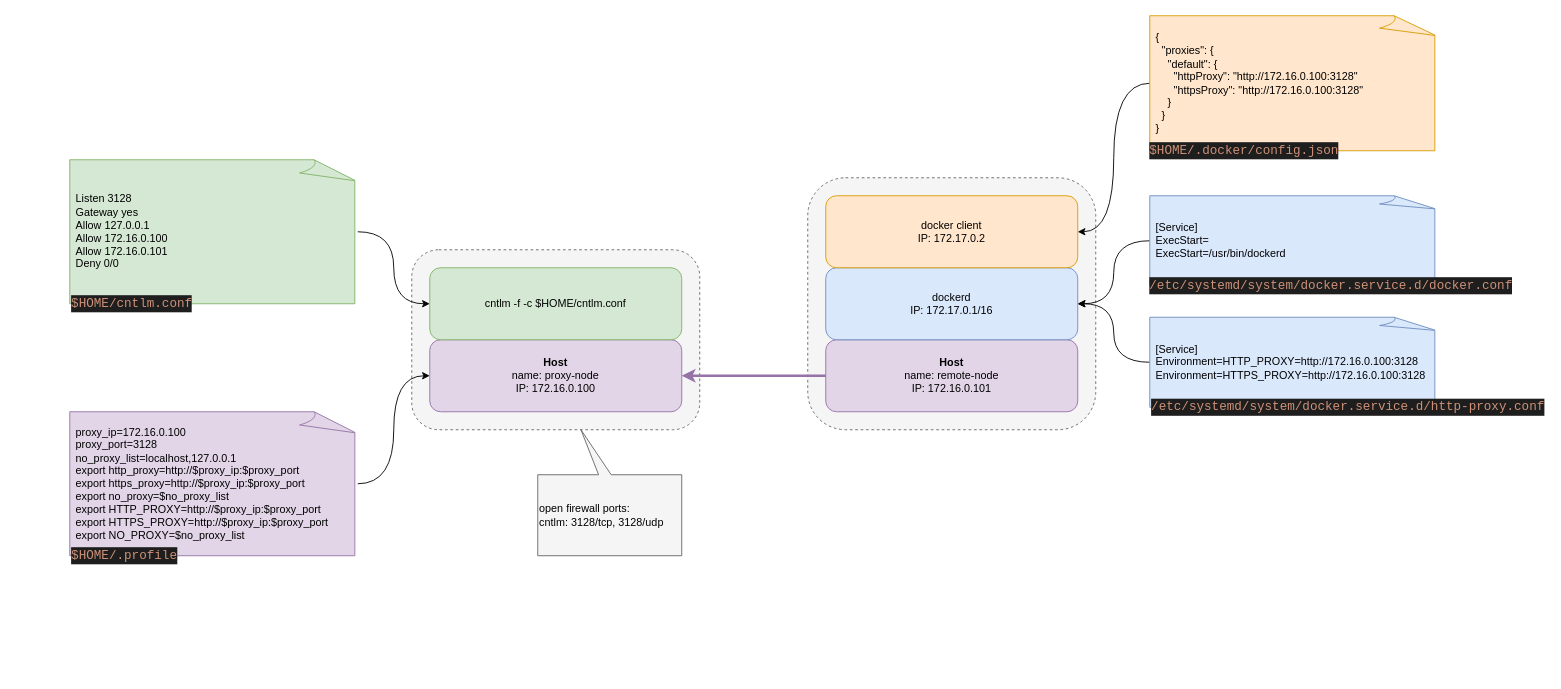
This is docs/ProxyConfiguration.drawio from greenthegarden/ansible-proxy-test, a draw.io file, before an edit. Source tidied: cells renumbered, new cells numbered last; positions are measured from the earlier drawing's top-left corner, leaving out a move shared by most shapes. Both pictures are drawn from the tidied source at 90%, with x=0, y=0 at pixel (69, 15).
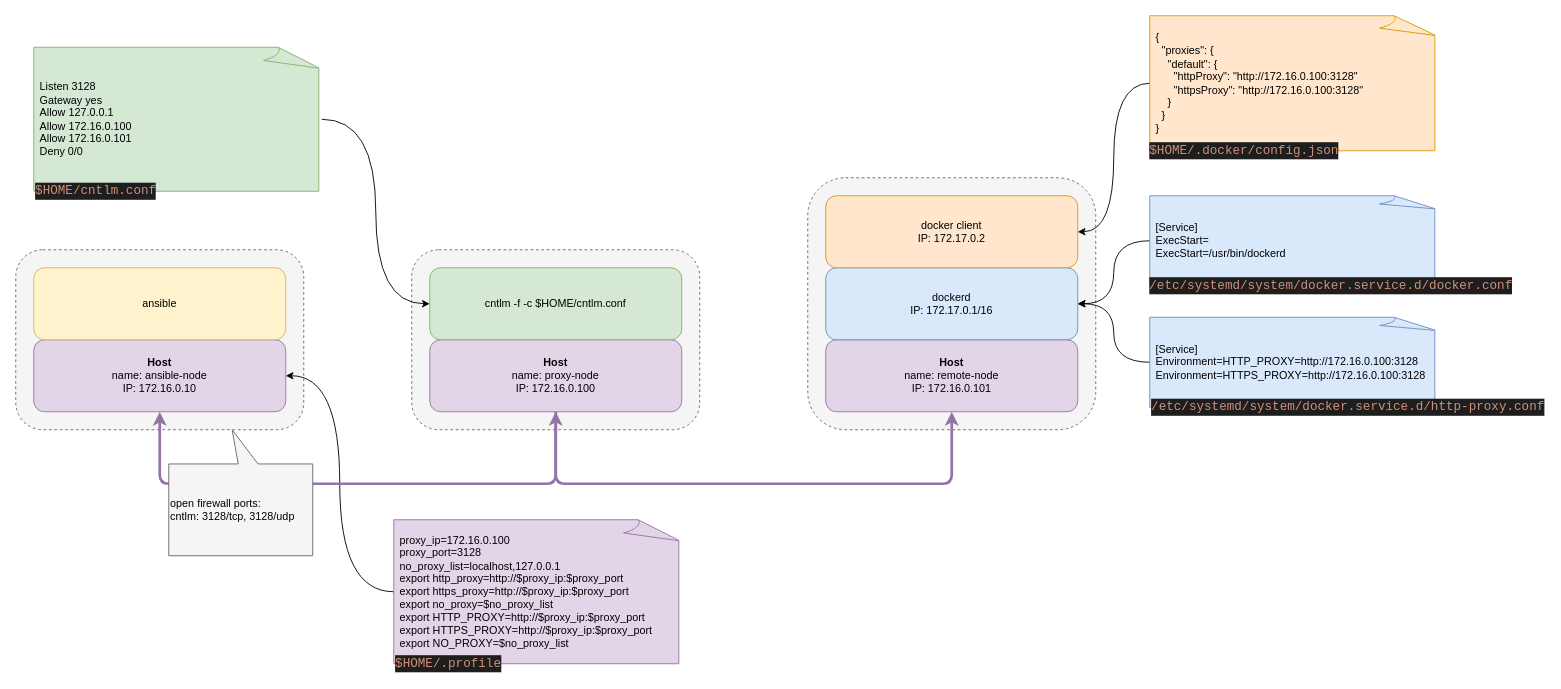
After the change.

Unchanged cells that the change refers to:
```xml
<mxCell id="4" value="&lt;b&gt;Host&lt;/b&gt;&lt;br&gt;name: proxy-node&lt;br&gt;IP: 172.16.0.100" style="rounded=1;whiteSpace=wrap;html=1;fillColor=#e1d5e7;strokeColor=#9673a6;" parent="1" vertex="1">
  <mxGeometry x="400" y="360" width="280" height="80" as="geometry" />
</mxCell>
<mxCell id="6" value="&lt;b&gt;Host&lt;/b&gt;&lt;br&gt;name: remote-node&lt;br&gt;IP: 172.16.0.101" style="rounded=1;whiteSpace=wrap;html=1;fillColor=#e1d5e7;strokeColor=#9673a6;" parent="1" vertex="1">
  <mxGeometry x="840" y="360" width="280" height="80" as="geometry" />
</mxCell>
```

The edit, as a diff of the source:
```diff
@@
-    <mxCell id="9" style="endArrow=classic;html=1;entryX=1;entryY=0.5;entryDx=0;entryDy=0;exitX=0;exitY=0.5;exitDx=0;exitDy=0;fillColor=#e1d5e7;strokeColor=#9673a6;strokeWidth=3;" parent="1" edge="1" source="6" target="4">
-      <mxGeometry relative="1" as="geometry" />
-    </mxCell>
@@
-    <mxCell id="14" style="endArrow=classic;html=1;entryX=0;entryY=0.5;entryDx=0;entryDy=0;exitX=1;exitY=0.5;exitDx=0;exitDy=0;exitPerimeter=0;edgeStyle=orthogonalEdgeStyle;curved=1;" parent="1" edge="1" source="26" target="4">
-      <mxGeometry relative="1" as="geometry" />
-    </mxCell>
@@
-    <mxCell id="25" style="group;" parent="1" vertex="1">
-      <mxGeometry y="440" width="320" height="170" as="geometry" />
-    </mxCell>
-    <mxCell id="26" value="proxy_ip=172.16.0.100&lt;br&gt;proxy_port=3128&lt;br&gt;no_proxy_list=localhost,127.0.0.1&lt;br&gt;export http_proxy=http://$proxy_ip:$proxy_port&lt;br&gt;export&amp;nbsp;https_proxy=http://$proxy_ip:$proxy_port&lt;br&gt;export&amp;nbsp;no_proxy=$no_proxy_list&lt;br&gt;export&amp;nbsp;HTTP_PROXY=http://$proxy_ip:$proxy_port&lt;br&gt;export&amp;nbsp;HTTPS_PROXY=http://$proxy_ip:$proxy_port&lt;br&gt;export&amp;nbsp;NO_PROXY=$no_proxy_list" style="whiteSpace=wrap;html=1;shape=mxgraph.basic.document;align=left;spacingLeft=5;fillColor=#e1d5e7;strokeColor=#9673a6;" parent="25" vertex="1">
-      <mxGeometry width="320" height="160" as="geometry" />
-    </mxCell>
-    <mxCell id="27" value="&lt;div style=&quot;background-color: rgb(30 , 30 , 30) ; font-family: &amp;#34;consolas&amp;#34; , &amp;#34;courier new&amp;#34; , monospace ; font-size: 14px ; line-height: 19px ; white-space: pre&quot;&gt;&lt;font color=&quot;#ce9178&quot;&gt;$HOME/.profile&lt;/font&gt;&lt;/div&gt;" style="text;html=1;strokeColor=none;fillColor=none;align=left;verticalAlign=middle;whiteSpace=wrap;rounded=0;spacing=2;labelBorderColor=none;" parent="25" vertex="1">
-      <mxGeometry y="150" width="40" height="20" as="geometry" />
-    </mxCell>
     <mxCell id="28" style="group;" parent="1" vertex="1">
-      <mxGeometry y="160" width="320" height="170" as="geometry" />
+      <mxGeometry x="-40" y="35" width="320" height="170" as="geometry" />
     </mxCell>
@@
+    <mxCell id="32" style="rounded=1;whiteSpace=wrap;html=1;labelBackgroundColor=#ffffff;align=left;dashed=1;fillColor=#f5f5f5;strokeColor=#666666;fontColor=#333333;" parent="1" vertex="1">
+      <mxGeometry x="-60" y="260" width="320" height="200" as="geometry" />
+    </mxCell>
+    <mxCell id="33" value="&lt;b&gt;Host&lt;/b&gt;&lt;br&gt;name: ansible-node&lt;br&gt;IP: 172.16.0.10" style="rounded=1;whiteSpace=wrap;html=1;fillColor=#e1d5e7;strokeColor=#9673a6;" parent="1" vertex="1">
+      <mxGeometry x="-40" y="360" width="280" height="80" as="geometry" />
+    </mxCell>
+    <mxCell id="34" value="ansible" style="rounded=1;whiteSpace=wrap;html=1;fillColor=#fff2cc;strokeColor=#d6b656;" parent="1" vertex="1">
+      <mxGeometry x="-40" y="280" width="280" height="80" as="geometry" />
+    </mxCell>
+    <mxCell id="35" style="endArrow=classic;html=1;entryX=1;entryY=0.5;entryDx=0;entryDy=0;exitX=0;exitY=0.5;exitDx=0;exitDy=0;exitPerimeter=0;edgeStyle=orthogonalEdgeStyle;curved=1;" parent="1" edge="1" source="26" target="33">
+      <mxGeometry relative="1" as="geometry" />
+    </mxCell>
+    <mxCell id="36" style="group;" parent="1" vertex="1">
+      <mxGeometry x="360" y="560" width="320" height="170" as="geometry" />
+    </mxCell>
+    <mxCell id="26" value="proxy_ip=172.16.0.100&lt;br&gt;proxy_port=3128&lt;br&gt;no_proxy_list=localhost,127.0.0.1&lt;br&gt;export http_proxy=http://$proxy_ip:$proxy_port&lt;br&gt;export&amp;nbsp;https_proxy=http://$proxy_ip:$proxy_port&lt;br&gt;export&amp;nbsp;no_proxy=$no_proxy_list&lt;br&gt;export&amp;nbsp;HTTP_PROXY=http://$proxy_ip:$proxy_port&lt;br&gt;export&amp;nbsp;HTTPS_PROXY=http://$proxy_ip:$proxy_port&lt;br&gt;export&amp;nbsp;NO_PROXY=$no_proxy_list" style="whiteSpace=wrap;html=1;shape=mxgraph.basic.document;align=left;spacingLeft=5;fillColor=#e1d5e7;strokeColor=#9673a6;" parent="36" vertex="1">
+      <mxGeometry width="320" height="160" as="geometry" />
+    </mxCell>
+    <mxCell id="27" value="&lt;div style=&quot;background-color: rgb(30 , 30 , 30) ; font-family: &amp;#34;consolas&amp;#34; , &amp;#34;courier new&amp;#34; , monospace ; font-size: 14px ; line-height: 19px ; white-space: pre&quot;&gt;&lt;font color=&quot;#ce9178&quot;&gt;$HOME/.profile&lt;/font&gt;&lt;/div&gt;" style="text;html=1;strokeColor=none;fillColor=none;align=left;verticalAlign=middle;whiteSpace=wrap;rounded=0;spacing=2;labelBorderColor=none;" parent="36" vertex="1">
+      <mxGeometry y="150" width="40" height="20" as="geometry" />
+    </mxCell>
+    <mxCell id="37" style="endArrow=classic;html=1;entryX=0.5;entryY=1;entryDx=0;entryDy=0;exitX=0.5;exitY=1;exitDx=0;exitDy=0;fillColor=#e1d5e7;strokeColor=#9673a6;strokeWidth=3;startArrow=classic;startFill=1;" parent="1" edge="1" source="6" target="4">
+      <mxGeometry relative="1" as="geometry">
+        <Array as="points">
+          <mxPoint x="980" y="520" />
+          <mxPoint x="540" y="520" />
+        </Array>
+      </mxGeometry>
+    </mxCell>
+    <mxCell id="9" style="endArrow=classic;html=1;entryX=0.5;entryY=1;entryDx=0;entryDy=0;exitX=0.5;exitY=1;exitDx=0;exitDy=0;fillColor=#e1d5e7;strokeColor=#9673a6;strokeWidth=3;" parent="1" edge="1" source="4" target="33">
+      <mxGeometry relative="1" as="geometry">
+        <Array as="points">
+          <mxPoint x="540" y="520" />
+          <mxPoint x="100" y="520" />
+        </Array>
+      </mxGeometry>
+    </mxCell>
-    <mxCell id="31" value="&lt;span style=&quot;color: rgb(0 , 0 , 0) ; white-space: normal&quot;&gt;open firewall ports:&lt;/span&gt;&lt;br style=&quot;color: rgb(0 , 0 , 0) ; white-space: normal&quot;&gt;&lt;span style=&quot;color: rgb(0 , 0 , 0) ; white-space: normal&quot;&gt;cntlm: 3128/tcp, 3128/udp&lt;/span&gt;" style="shape=callout;whiteSpace=wrap;html=1;perimeter=calloutPerimeter;labelBackgroundColor=none;align=left;fillColor=#f5f5f5;strokeColor=#666666;flipH=1;flipV=1;position2=0.7;base=14;size=50;position=0.49;fontColor=#333333;" parent="1" vertex="1">
-      <mxGeometry x="520" y="460" width="160" height="140" as="geometry" />
+    <mxCell id="31" value="&lt;span style=&quot;color: rgb(0 , 0 , 0) ; white-space: normal&quot;&gt;open firewall ports:&lt;/span&gt;&lt;br style=&quot;color: rgb(0 , 0 , 0) ; white-space: normal&quot;&gt;&lt;span style=&quot;color: rgb(0 , 0 , 0) ; white-space: normal&quot;&gt;cntlm: 3128/tcp, 3128/udp&lt;/span&gt;" style="shape=callout;whiteSpace=wrap;html=1;perimeter=calloutPerimeter;labelBackgroundColor=none;align=left;fillColor=#f5f5f5;strokeColor=#666666;flipH=1;flipV=1;position2=0.56;base=22;size=38;position=0.38;fontColor=#333333;" parent="1" vertex="1">
+      <mxGeometry x="110" y="460" width="160" height="140" as="geometry" />
     </mxCell>
```
